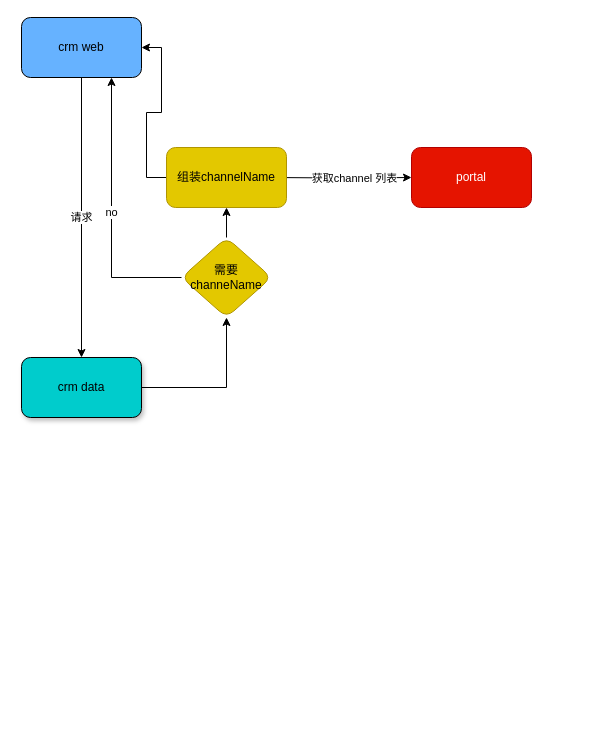
Above: 流程图/e2ee.drawio in zqhait/drawio (draw.io), before the change. Source tidied: cells renumbered, new cells numbered last; positions are measured from the earlier drawing's top-left corner, leaving out a move shared by most shapes. Both pictures are drawn from the tidied source at 100%, with x=0, y=0 at pixel (21, 17).
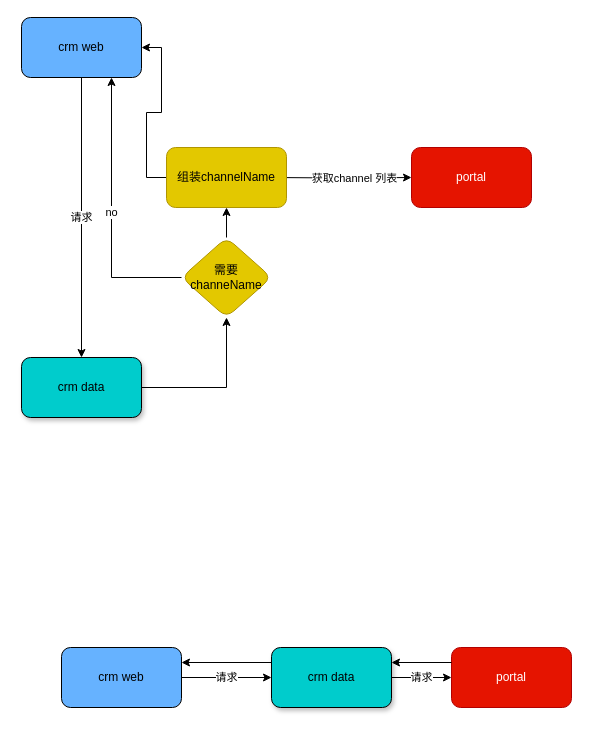
Above is the later version.

What changed in the source:
```diff
@@
+    <mxCell id="14" value="请求" style="edgeStyle=orthogonalEdgeStyle;rounded=0;jettySize=auto;html=1;" parent="1" edge="1" source="15" target="17">
+      <mxGeometry relative="1" as="geometry" />
+    </mxCell>
+    <mxCell id="15" value="crm web" style="rounded=1;whiteSpace=wrap;html=1;fillColor=#66B2FF;" parent="1" vertex="1">
+      <mxGeometry x="40" y="630" width="120" height="60" as="geometry" />
+    </mxCell>
+    <mxCell id="16" value="请求" style="edgeStyle=orthogonalEdgeStyle;rounded=0;jettySize=auto;html=1;" parent="1" edge="1" source="17" target="18">
+      <mxGeometry relative="1" as="geometry" />
+    </mxCell>
+    <mxCell id="17" value="crm data" style="rounded=1;whiteSpace=wrap;html=1;shadow=1;fillColor=#00CCCC;" parent="1" vertex="1">
+      <mxGeometry x="250" y="630" width="120" height="60" as="geometry" />
+    </mxCell>
+    <mxCell id="18" value="portal" style="rounded=1;whiteSpace=wrap;html=1;fillColor=#e51400;fontColor=#ffffff;strokeColor=#B20000;" parent="1" vertex="1">
+      <mxGeometry x="430" y="630" width="120" height="60" as="geometry" />
+    </mxCell>
+    <mxCell id="19" style="endArrow=classic;html=1;rounded=0;entryX=1;entryY=0.25;entryDx=0;entryDy=0;exitX=0;exitY=0.25;exitDx=0;exitDy=0;" parent="1" edge="1" source="17" target="15">
+      <mxGeometry relative="1" as="geometry" />
+    </mxCell>
+    <mxCell id="20" style="endArrow=classic;html=1;rounded=0;entryX=1;entryY=0.25;entryDx=0;entryDy=0;exitX=0;exitY=0.25;exitDx=0;exitDy=0;" parent="1" edge="1" source="18">
+      <mxGeometry relative="1" as="geometry">
+        <mxPoint x="370" y="645" as="targetPoint" />
+      </mxGeometry>
+    </mxCell>
```
